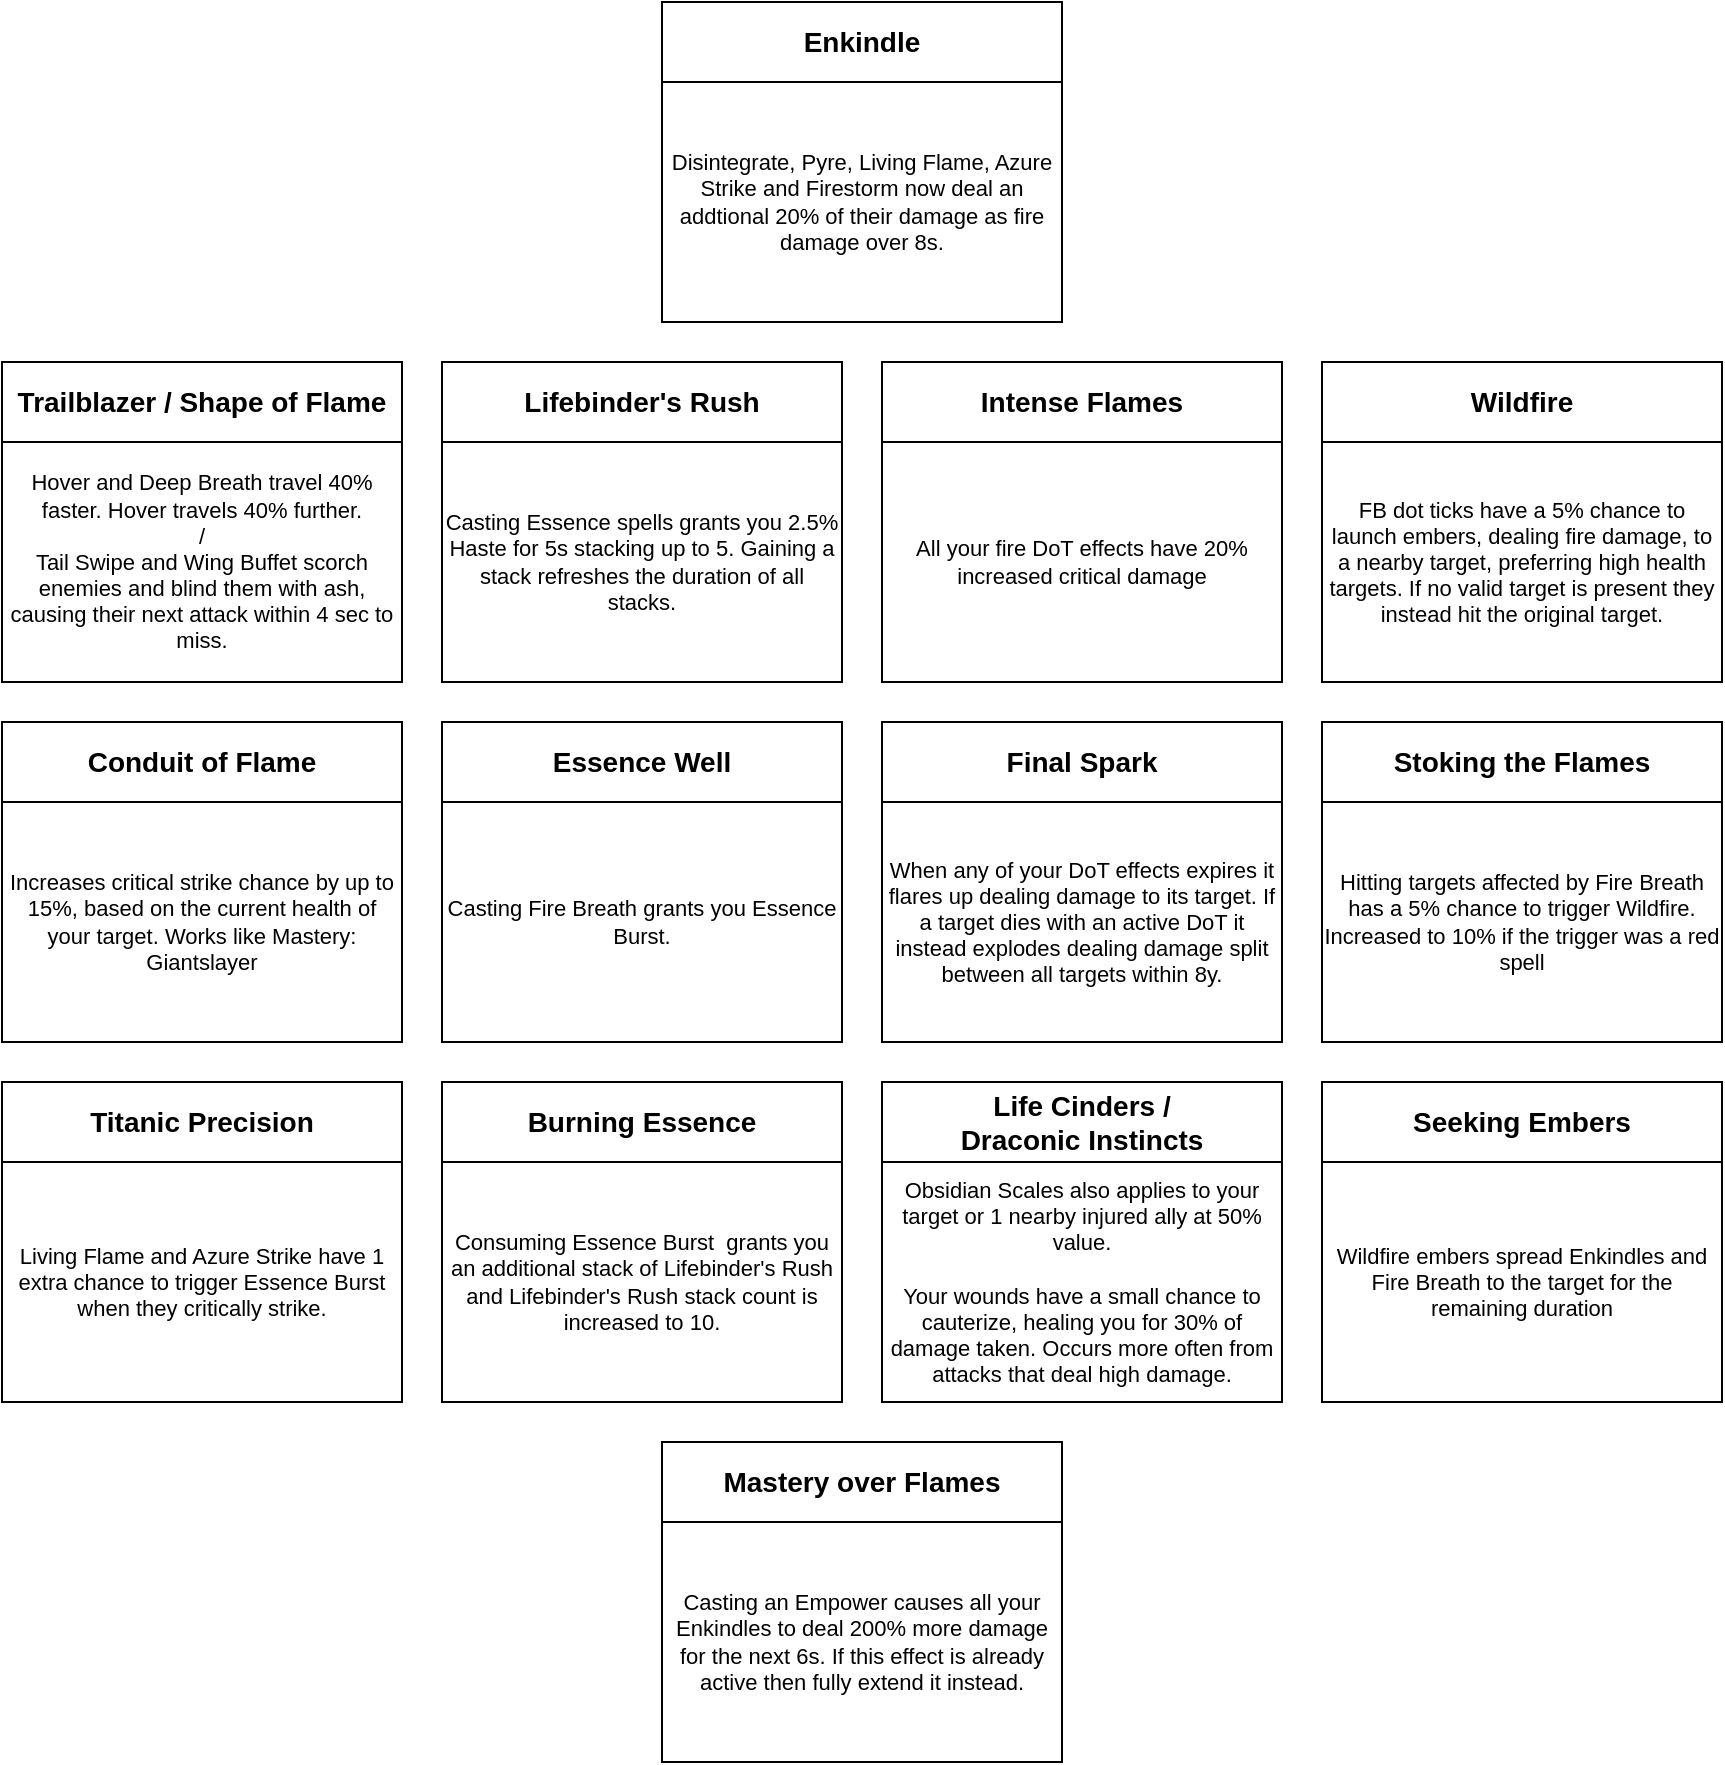
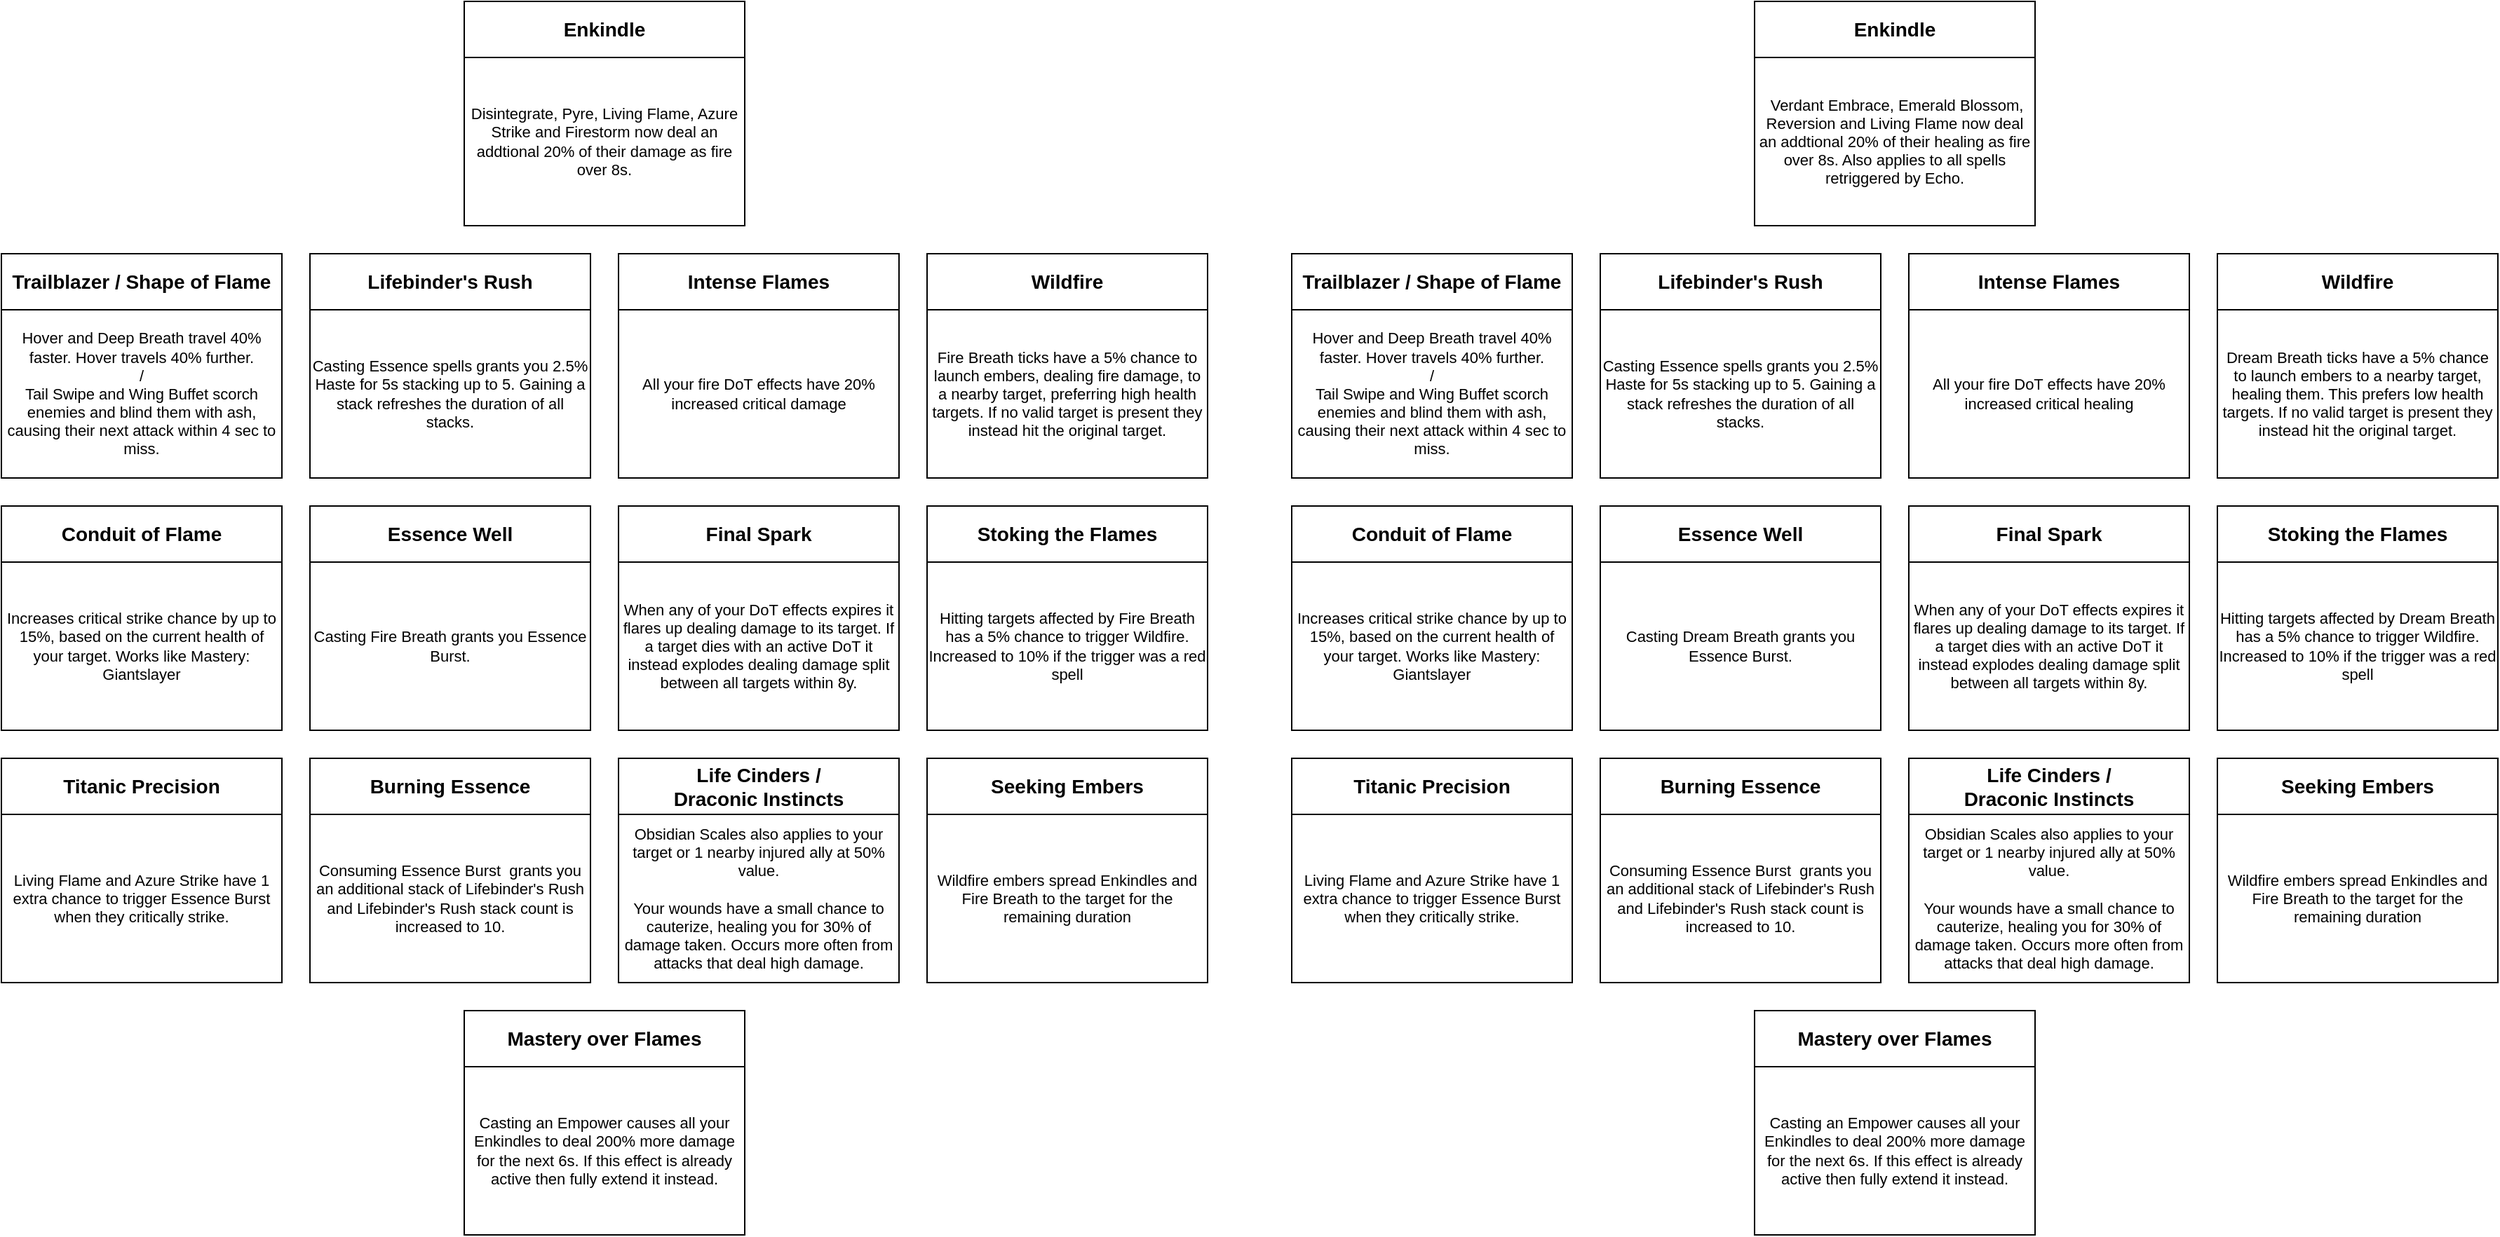
<mxfile host="app.diagrams.net" agent="Mozilla/5.0 (Windows NT 10.0; Win64; x64) AppleWebKit/537.36 (KHTML, like Gecko) Chrome/147.0.0.0 Safari/537.36 OPR/131.0.0.0" version="29.6.3">
  <diagram name="Page-1" id="7-C3C0MTsYJN3mklHAE3">
-     <mxGraphModel dx="1384" dy="763" grid="1" gridSize="10" guides="1" tooltips="1" connect="1" arrows="1" fold="1" page="1" pageScale="1" pageWidth="850" pageHeight="1100" math="0" shadow="0">
+     <mxGraphModel dx="1153" dy="636" grid="1" gridSize="10" guides="1" tooltips="1" connect="1" arrows="1" fold="1" page="1" pageScale="1" pageWidth="850" pageHeight="1100" math="0" shadow="0">
      <root>
        <mxCell id="0" />
        <mxCell id="1" parent="0" />
        <mxCell id="CbpXHZAzieputpjHQbmu-1" parent="1" style="rounded=0;whiteSpace=wrap;html=1;fontColor=default;fontStyle=1;fontSize=14;" value="&lt;span&gt;Enkindle&lt;/span&gt;" vertex="1">
          <mxGeometry height="40" width="200" x="330" y="80" as="geometry" />
        </mxCell>
-         <mxCell id="CbpXHZAzieputpjHQbmu-6" parent="1" style="rounded=0;whiteSpace=wrap;html=1;verticalAlign=middle;fontSize=11;fontStyle=0" value="Disintegrate, Pyre, Living Flame, Azure Strike and Firestorm now deal an addtional 20% of their damage as fire damage over 8s." vertex="1">
+         <mxCell id="CbpXHZAzieputpjHQbmu-6" parent="1" style="rounded=0;whiteSpace=wrap;html=1;verticalAlign=middle;fontSize=11;fontStyle=0" value="Disintegrate, Pyre, Living Flame, Azure Strike and Firestorm now deal an addtional 20% of their damage as fire over 8s." vertex="1">
          <mxGeometry height="120" width="200" x="330" y="120" as="geometry" />
        </mxCell>
        <mxCell id="CbpXHZAzieputpjHQbmu-7" parent="1" style="rounded=0;whiteSpace=wrap;html=1;fontColor=default;fontStyle=1;fontSize=14;" value="Essence Well" vertex="1">
          <mxGeometry height="40" width="200" x="220" y="440" as="geometry" />
        </mxCell>
        <mxCell id="CbpXHZAzieputpjHQbmu-8" parent="1" style="rounded=0;whiteSpace=wrap;html=1;fontSize=11;" value="Casting Fire Breath grants you Essence Burst." vertex="1">
          <mxGeometry height="120" width="200" x="220" y="480" as="geometry" />
        </mxCell>
        <mxCell id="CbpXHZAzieputpjHQbmu-9" parent="1" style="rounded=0;whiteSpace=wrap;html=1;fontColor=default;fontStyle=1;fontSize=14;" value="&lt;span&gt;&lt;font&gt;Trailblazer / Shape of Flame&lt;/font&gt;&lt;/span&gt;" vertex="1">
          <mxGeometry height="40" width="200" y="260" as="geometry" />
        </mxCell>
        <mxCell id="CbpXHZAzieputpjHQbmu-10" parent="1" style="rounded=0;whiteSpace=wrap;html=1;fontSize=11;" value="Hover and Deep Breath travel 40% faster. Hover travels 40% further.&lt;div&gt;/&lt;/div&gt;&lt;div&gt;Tail Swipe and Wing Buffet scorch enemies and blind them with ash, causing their next attack within 4 sec to miss.&lt;/div&gt;" vertex="1">
          <mxGeometry height="120" width="200" y="300" as="geometry" />
        </mxCell>
        <mxCell id="CbpXHZAzieputpjHQbmu-11" parent="1" style="rounded=0;whiteSpace=wrap;html=1;fontColor=default;fontStyle=1;fontSize=14;" value="&lt;span&gt;&lt;span&gt;Conduit of Flame&lt;/span&gt;&lt;/span&gt;" vertex="1">
          <mxGeometry height="40" width="200" y="440" as="geometry" />
        </mxCell>
        <mxCell id="CbpXHZAzieputpjHQbmu-12" parent="1" style="rounded=0;whiteSpace=wrap;html=1;fontSize=11;" value="Increases critical strike chance by up to 15%, based on the current health of your target. Works like Mastery: Giantslayer" vertex="1">
          <mxGeometry height="120" width="200" y="480" as="geometry" />
        </mxCell>
        <mxCell id="CbpXHZAzieputpjHQbmu-14" parent="1" style="rounded=0;whiteSpace=wrap;html=1;fontColor=default;fontStyle=1;fontSize=14;" value="&lt;span&gt;&lt;span&gt;Titanic Precision&lt;/span&gt;&lt;/span&gt;" vertex="1">
          <mxGeometry height="40" width="200" y="620" as="geometry" />
        </mxCell>
        <mxCell id="CbpXHZAzieputpjHQbmu-15" parent="1" style="rounded=0;whiteSpace=wrap;html=1;fontSize=11;" value="&lt;div&gt;&lt;span style=&quot;background-color: transparent; color: light-dark(rgb(0, 0, 0), rgb(255, 255, 255));&quot;&gt;Living Flame and Azure Strike have 1 extra chance to trigger Essence Burst when they critically strike.&lt;/span&gt;&lt;/div&gt;" vertex="1">
          <mxGeometry height="120" width="200" y="660" as="geometry" />
        </mxCell>
        <mxCell id="CbpXHZAzieputpjHQbmu-16" parent="1" style="rounded=0;whiteSpace=wrap;html=1;fontColor=default;fontStyle=1;fontSize=14;" value="Lifebinder&#39;s Rush" vertex="1">
          <mxGeometry height="40" width="200" x="220" y="260" as="geometry" />
        </mxCell>
        <mxCell id="CbpXHZAzieputpjHQbmu-17" parent="1" style="rounded=0;whiteSpace=wrap;html=1;fontSize=11;" value="Casting Essence spells grants you 2.5% Haste for 5s stacking up to 5. Gaining a stack refreshes the duration of all stacks." vertex="1">
          <mxGeometry height="120" width="200" x="220" y="300" as="geometry" />
        </mxCell>
        <mxCell id="CbpXHZAzieputpjHQbmu-18" parent="1" style="rounded=0;whiteSpace=wrap;html=1;fontColor=default;fontStyle=1;fontSize=14;" value="Burning Essence" vertex="1">
          <mxGeometry height="40" width="200" x="220" y="620" as="geometry" />
        </mxCell>
        <mxCell id="CbpXHZAzieputpjHQbmu-19" parent="1" style="rounded=0;whiteSpace=wrap;html=1;fontSize=11;" value="Consuming Essence Burst&amp;nbsp; grants you an additional stack of Lifebinder&#39;s Rush and Lifebinder&#39;s Rush stack count is increased to 10." vertex="1">
          <mxGeometry height="120" width="200" x="220" y="660" as="geometry" />
        </mxCell>
        <mxCell id="CbpXHZAzieputpjHQbmu-20" parent="1" style="rounded=0;whiteSpace=wrap;html=1;fontColor=default;fontStyle=1;fontSize=14;" value="Intense Flames" vertex="1">
          <mxGeometry height="40" width="200" x="440" y="260" as="geometry" />
        </mxCell>
        <mxCell id="CbpXHZAzieputpjHQbmu-21" parent="1" style="rounded=0;whiteSpace=wrap;html=1;fontSize=11;" value="All your fire DoT effects have 20% increased critical damage" vertex="1">
          <mxGeometry height="120" width="200" x="440" y="300" as="geometry" />
        </mxCell>
        <mxCell id="CbpXHZAzieputpjHQbmu-22" parent="1" style="rounded=0;whiteSpace=wrap;html=1;fontColor=default;fontStyle=1;fontSize=14;" value="Final Spark" vertex="1">
          <mxGeometry height="40" width="200" x="440" y="440" as="geometry" />
        </mxCell>
        <mxCell id="CbpXHZAzieputpjHQbmu-23" parent="1" style="rounded=0;whiteSpace=wrap;html=1;fontSize=11;" value="When any of your DoT effects expires it flares up dealing damage to its target. If a target dies with an active DoT it instead explodes dealing damage split between all targets within 8y." vertex="1">
          <mxGeometry height="120" width="200" x="440" y="480" as="geometry" />
        </mxCell>
        <mxCell id="CbpXHZAzieputpjHQbmu-24" parent="1" style="rounded=0;whiteSpace=wrap;html=1;fontColor=default;fontStyle=1;fontSize=14;" value="&lt;span&gt;Life Cinders / &lt;br&gt;Draconic Instincts&lt;/span&gt;" vertex="1">
          <mxGeometry height="40" width="200" x="440" y="620" as="geometry" />
        </mxCell>
        <mxCell id="CbpXHZAzieputpjHQbmu-25" parent="1" style="rounded=0;whiteSpace=wrap;html=1;fontSize=11;" value="Obsidian Scales also applies to your target or 1 nearby injured ally at 50% value.&lt;div&gt;&lt;br&gt;&lt;div&gt;Your wounds have a small chance to cauterize, healing you for 30% of damage taken. Occurs more often from attacks that deal high damage.&lt;/div&gt;&lt;/div&gt;" vertex="1">
          <mxGeometry height="120" width="200" x="440" y="660" as="geometry" />
        </mxCell>
        <mxCell id="CbpXHZAzieputpjHQbmu-26" parent="1" style="rounded=0;whiteSpace=wrap;html=1;fontColor=default;fontStyle=1;fontSize=14;" value="&lt;span&gt;Wildfire&lt;/span&gt;" vertex="1">
          <mxGeometry height="40" width="200" x="660" y="260" as="geometry" />
        </mxCell>
-         <mxCell id="CbpXHZAzieputpjHQbmu-27" parent="1" style="rounded=0;whiteSpace=wrap;html=1;fontSize=11;" value="FB dot ticks have a 5% chance to launch embers, dealing fire damage, to a nearby target, preferring high health targets. If no valid target is present they instead hit the original target." vertex="1">
+         <mxCell id="CbpXHZAzieputpjHQbmu-27" parent="1" style="rounded=0;whiteSpace=wrap;html=1;fontSize=11;" value="Fire Breath ticks have a 5% chance to launch embers, dealing fire damage, to a nearby target, preferring high health targets. If no valid target is present they instead hit the original target." vertex="1">
          <mxGeometry height="120" width="200" x="660" y="300" as="geometry" />
        </mxCell>
        <mxCell id="CbpXHZAzieputpjHQbmu-28" parent="1" style="rounded=0;whiteSpace=wrap;html=1;fontColor=default;fontSize=14;fontStyle=1" value="&lt;span&gt;Stoking the Flames&lt;/span&gt;" vertex="1">
          <mxGeometry height="40" width="200" x="660" y="440" as="geometry" />
        </mxCell>
        <mxCell id="CbpXHZAzieputpjHQbmu-29" parent="1" style="rounded=0;whiteSpace=wrap;html=1;fontSize=11;" value="Hitting targets affected by Fire Breath has a 5% chance to trigger Wildfire. Increased to 10% if the trigger was a red spell" vertex="1">
          <mxGeometry height="120" width="200" x="660" y="480" as="geometry" />
        </mxCell>
        <mxCell id="CbpXHZAzieputpjHQbmu-30" parent="1" style="rounded=0;whiteSpace=wrap;html=1;fontColor=default;fontStyle=1;fontSize=14;" value="&lt;span&gt;&lt;font&gt;Seeking Embers&lt;/font&gt;&lt;/span&gt;" vertex="1">
          <mxGeometry height="40" width="200" x="660" y="620" as="geometry" />
        </mxCell>
        <mxCell id="CbpXHZAzieputpjHQbmu-31" parent="1" style="rounded=0;whiteSpace=wrap;html=1;fontSize=11;" value="Wildfire embers spread Enkindles and Fire Breath to the target for the remaining duration" vertex="1">
          <mxGeometry height="120" width="200" x="660" y="660" as="geometry" />
        </mxCell>
        <mxCell id="CbpXHZAzieputpjHQbmu-32" parent="1" style="rounded=0;whiteSpace=wrap;html=1;fontColor=default;fontStyle=1" value="&lt;span style=&quot;font-size: 14px;&quot;&gt;Mastery over Flames&lt;/span&gt;" vertex="1">
          <mxGeometry height="40" width="200" x="330" y="800" as="geometry" />
        </mxCell>
        <mxCell id="CbpXHZAzieputpjHQbmu-33" parent="1" style="rounded=0;whiteSpace=wrap;html=1;verticalAlign=middle;fontSize=11;" value="Casting an Empower causes all your Enkindles to deal 200% more damage for the next 6s. If this effect is already active then fully extend it instead." vertex="1">
          <mxGeometry height="120" width="200" x="330" y="840" as="geometry" />
        </mxCell>
+         <mxCell id="ExkhEfNAmdtYAn1Fs_e5-1" parent="1" style="rounded=0;whiteSpace=wrap;html=1;fontColor=default;fontStyle=1;fontSize=14;" value="&lt;span&gt;Enkindle&lt;/span&gt;" vertex="1">
+           <mxGeometry height="40" width="200" x="1250" y="80" as="geometry" />
+         </mxCell>
+         <mxCell id="ExkhEfNAmdtYAn1Fs_e5-2" parent="1" style="rounded=0;whiteSpace=wrap;html=1;verticalAlign=middle;fontSize=11;fontStyle=0" value="&amp;nbsp;Verdant Embrace, Emerald Blossom, Reversion and Living Flame now deal an addtional 20% of their healing as fire over 8s. Also applies to all spells retriggered by Echo." vertex="1">
+           <mxGeometry height="120" width="200" x="1250" y="120" as="geometry" />
+         </mxCell>
+         <mxCell id="ExkhEfNAmdtYAn1Fs_e5-3" parent="1" style="rounded=0;whiteSpace=wrap;html=1;fontColor=default;fontStyle=1;fontSize=14;" value="Essence Well" vertex="1">
+           <mxGeometry height="40" width="200" x="1140" y="440" as="geometry" />
+         </mxCell>
+         <mxCell id="ExkhEfNAmdtYAn1Fs_e5-4" parent="1" style="rounded=0;whiteSpace=wrap;html=1;fontSize=11;" value="Casting Dream Breath grants you Essence Burst." vertex="1">
+           <mxGeometry height="120" width="200" x="1140" y="480" as="geometry" />
+         </mxCell>
+         <mxCell id="ExkhEfNAmdtYAn1Fs_e5-5" parent="1" style="rounded=0;whiteSpace=wrap;html=1;fontColor=default;fontStyle=1;fontSize=14;" value="&lt;span&gt;&lt;font&gt;Trailblazer / Shape of Flame&lt;/font&gt;&lt;/span&gt;" vertex="1">
+           <mxGeometry height="40" width="200" x="920" y="260" as="geometry" />
+         </mxCell>
+         <mxCell id="ExkhEfNAmdtYAn1Fs_e5-6" parent="1" style="rounded=0;whiteSpace=wrap;html=1;fontSize=11;" value="Hover and Deep Breath travel 40% faster. Hover travels 40% further.&lt;div&gt;/&lt;/div&gt;&lt;div&gt;Tail Swipe and Wing Buffet scorch enemies and blind them with ash, causing their next attack within 4 sec to miss.&lt;/div&gt;" vertex="1">
+           <mxGeometry height="120" width="200" x="920" y="300" as="geometry" />
+         </mxCell>
+         <mxCell id="ExkhEfNAmdtYAn1Fs_e5-7" parent="1" style="rounded=0;whiteSpace=wrap;html=1;fontColor=default;fontStyle=1;fontSize=14;" value="&lt;span&gt;&lt;span&gt;Conduit of Flame&lt;/span&gt;&lt;/span&gt;" vertex="1">
+           <mxGeometry height="40" width="200" x="920" y="440" as="geometry" />
+         </mxCell>
+         <mxCell id="ExkhEfNAmdtYAn1Fs_e5-8" parent="1" style="rounded=0;whiteSpace=wrap;html=1;fontSize=11;" value="Increases critical strike chance by up to 15%, based on the current health of your target. Works like Mastery: Giantslayer" vertex="1">
+           <mxGeometry height="120" width="200" x="920" y="480" as="geometry" />
+         </mxCell>
+         <mxCell id="ExkhEfNAmdtYAn1Fs_e5-9" parent="1" style="rounded=0;whiteSpace=wrap;html=1;fontColor=default;fontStyle=1;fontSize=14;" value="&lt;span&gt;&lt;span&gt;Titanic Precision&lt;/span&gt;&lt;/span&gt;" vertex="1">
+           <mxGeometry height="40" width="200" x="920" y="620" as="geometry" />
+         </mxCell>
+         <mxCell id="ExkhEfNAmdtYAn1Fs_e5-10" parent="1" style="rounded=0;whiteSpace=wrap;html=1;fontSize=11;" value="&lt;div&gt;&lt;span style=&quot;background-color: transparent; color: light-dark(rgb(0, 0, 0), rgb(255, 255, 255));&quot;&gt;Living Flame and Azure Strike have 1 extra chance to trigger Essence Burst when they critically strike.&lt;/span&gt;&lt;/div&gt;" vertex="1">
+           <mxGeometry height="120" width="200" x="920" y="660" as="geometry" />
+         </mxCell>
+         <mxCell id="ExkhEfNAmdtYAn1Fs_e5-11" parent="1" style="rounded=0;whiteSpace=wrap;html=1;fontColor=default;fontStyle=1;fontSize=14;" value="Lifebinder&#39;s Rush" vertex="1">
+           <mxGeometry height="40" width="200" x="1140" y="260" as="geometry" />
+         </mxCell>
+         <mxCell id="ExkhEfNAmdtYAn1Fs_e5-12" parent="1" style="rounded=0;whiteSpace=wrap;html=1;fontSize=11;" value="Casting Essence spells grants you 2.5% Haste for 5s stacking up to 5. Gaining a stack refreshes the duration of all stacks." vertex="1">
+           <mxGeometry height="120" width="200" x="1140" y="300" as="geometry" />
+         </mxCell>
+         <mxCell id="ExkhEfNAmdtYAn1Fs_e5-13" parent="1" style="rounded=0;whiteSpace=wrap;html=1;fontColor=default;fontStyle=1;fontSize=14;" value="Burning Essence" vertex="1">
+           <mxGeometry height="40" width="200" x="1140" y="620" as="geometry" />
+         </mxCell>
+         <mxCell id="ExkhEfNAmdtYAn1Fs_e5-14" parent="1" style="rounded=0;whiteSpace=wrap;html=1;fontSize=11;" value="Consuming Essence Burst&amp;nbsp; grants you an additional stack of Lifebinder&#39;s Rush and Lifebinder&#39;s Rush stack count is increased to 10." vertex="1">
+           <mxGeometry height="120" width="200" x="1140" y="660" as="geometry" />
+         </mxCell>
+         <mxCell id="ExkhEfNAmdtYAn1Fs_e5-15" parent="1" style="rounded=0;whiteSpace=wrap;html=1;fontColor=default;fontStyle=1;fontSize=14;" value="Intense Flames" vertex="1">
+           <mxGeometry height="40" width="200" x="1360" y="260" as="geometry" />
+         </mxCell>
+         <mxCell id="ExkhEfNAmdtYAn1Fs_e5-16" parent="1" style="rounded=0;whiteSpace=wrap;html=1;fontSize=11;" value="All your fire DoT effects have 20% increased critical healing" vertex="1">
+           <mxGeometry height="120" width="200" x="1360" y="300" as="geometry" />
+         </mxCell>
+         <mxCell id="ExkhEfNAmdtYAn1Fs_e5-17" parent="1" style="rounded=0;whiteSpace=wrap;html=1;fontColor=default;fontStyle=1;fontSize=14;" value="Final Spark" vertex="1">
+           <mxGeometry height="40" width="200" x="1360" y="440" as="geometry" />
+         </mxCell>
+         <mxCell id="ExkhEfNAmdtYAn1Fs_e5-18" parent="1" style="rounded=0;whiteSpace=wrap;html=1;fontSize=11;" value="When any of your DoT effects expires it flares up dealing damage to its target. If a target dies with an active DoT it instead explodes dealing damage split between all targets within 8y." vertex="1">
+           <mxGeometry height="120" width="200" x="1360" y="480" as="geometry" />
+         </mxCell>
+         <mxCell id="ExkhEfNAmdtYAn1Fs_e5-19" parent="1" style="rounded=0;whiteSpace=wrap;html=1;fontColor=default;fontStyle=1;fontSize=14;" value="&lt;span&gt;Life Cinders / &lt;br&gt;Draconic Instincts&lt;/span&gt;" vertex="1">
+           <mxGeometry height="40" width="200" x="1360" y="620" as="geometry" />
+         </mxCell>
+         <mxCell id="ExkhEfNAmdtYAn1Fs_e5-20" parent="1" style="rounded=0;whiteSpace=wrap;html=1;fontSize=11;" value="Obsidian Scales also applies to your target or 1 nearby injured ally at 50% value.&lt;div&gt;&lt;br&gt;&lt;div&gt;Your wounds have a small chance to cauterize, healing you for 30% of damage taken. Occurs more often from attacks that deal high damage.&lt;/div&gt;&lt;/div&gt;" vertex="1">
+           <mxGeometry height="120" width="200" x="1360" y="660" as="geometry" />
+         </mxCell>
+         <mxCell id="ExkhEfNAmdtYAn1Fs_e5-21" parent="1" style="rounded=0;whiteSpace=wrap;html=1;fontColor=default;fontStyle=1;fontSize=14;" value="&lt;span&gt;Wildfire&lt;/span&gt;" vertex="1">
+           <mxGeometry height="40" width="200" x="1580" y="260" as="geometry" />
+         </mxCell>
+         <mxCell id="ExkhEfNAmdtYAn1Fs_e5-22" parent="1" style="rounded=0;whiteSpace=wrap;html=1;fontSize=11;" value="Dream Breath ticks have a 5% chance to launch embers to a nearby target, healing them. This prefers low health targets. If no valid target is present they instead hit the original target." vertex="1">
+           <mxGeometry height="120" width="200" x="1580" y="300" as="geometry" />
+         </mxCell>
+         <mxCell id="ExkhEfNAmdtYAn1Fs_e5-23" parent="1" style="rounded=0;whiteSpace=wrap;html=1;fontColor=default;fontSize=14;fontStyle=1" value="&lt;span&gt;Stoking the Flames&lt;/span&gt;" vertex="1">
+           <mxGeometry height="40" width="200" x="1580" y="440" as="geometry" />
+         </mxCell>
+         <mxCell id="ExkhEfNAmdtYAn1Fs_e5-24" parent="1" style="rounded=0;whiteSpace=wrap;html=1;fontSize=11;" value="Hitting targets affected by Dream Breath has a 5% chance to trigger Wildfire. Increased to 10% if the trigger was a red spell" vertex="1">
+           <mxGeometry height="120" width="200" x="1580" y="480" as="geometry" />
+         </mxCell>
+         <mxCell id="ExkhEfNAmdtYAn1Fs_e5-25" parent="1" style="rounded=0;whiteSpace=wrap;html=1;fontColor=default;fontStyle=1;fontSize=14;" value="&lt;span&gt;&lt;font&gt;Seeking Embers&lt;/font&gt;&lt;/span&gt;" vertex="1">
+           <mxGeometry height="40" width="200" x="1580" y="620" as="geometry" />
+         </mxCell>
+         <mxCell id="ExkhEfNAmdtYAn1Fs_e5-26" parent="1" style="rounded=0;whiteSpace=wrap;html=1;fontSize=11;" value="Wildfire embers spread Enkindles and Fire Breath to the target for the remaining duration" vertex="1">
+           <mxGeometry height="120" width="200" x="1580" y="660" as="geometry" />
+         </mxCell>
+         <mxCell id="ExkhEfNAmdtYAn1Fs_e5-27" parent="1" style="rounded=0;whiteSpace=wrap;html=1;fontColor=default;fontStyle=1" value="&lt;span style=&quot;font-size: 14px;&quot;&gt;Mastery over Flames&lt;/span&gt;" vertex="1">
+           <mxGeometry height="40" width="200" x="1250" y="800" as="geometry" />
+         </mxCell>
+         <mxCell id="ExkhEfNAmdtYAn1Fs_e5-28" parent="1" style="rounded=0;whiteSpace=wrap;html=1;verticalAlign=middle;fontSize=11;" value="Casting an Empower causes all your Enkindles to deal 200% more damage for the next 6s. If this effect is already active then fully extend it instead." vertex="1">
+           <mxGeometry height="120" width="200" x="1250" y="840" as="geometry" />
+         </mxCell>
      </root>
    </mxGraphModel>
  </diagram>
</mxfile>
